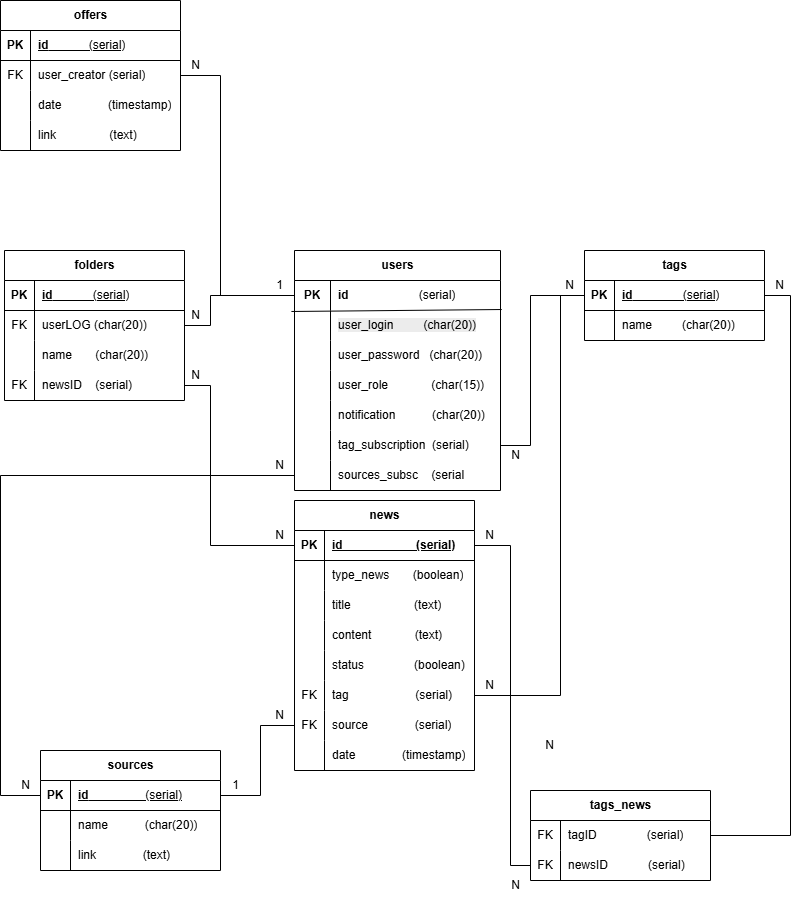
Before: графический материал/Datalogic.png, a diagram exported from draw.io (ApsilonXi/Hakaton2025Spring). Source tidied: cells renumbered, new cells last; positions are measured from the earlier drawing's top-left corner, leaving out a move shared by most shapes.
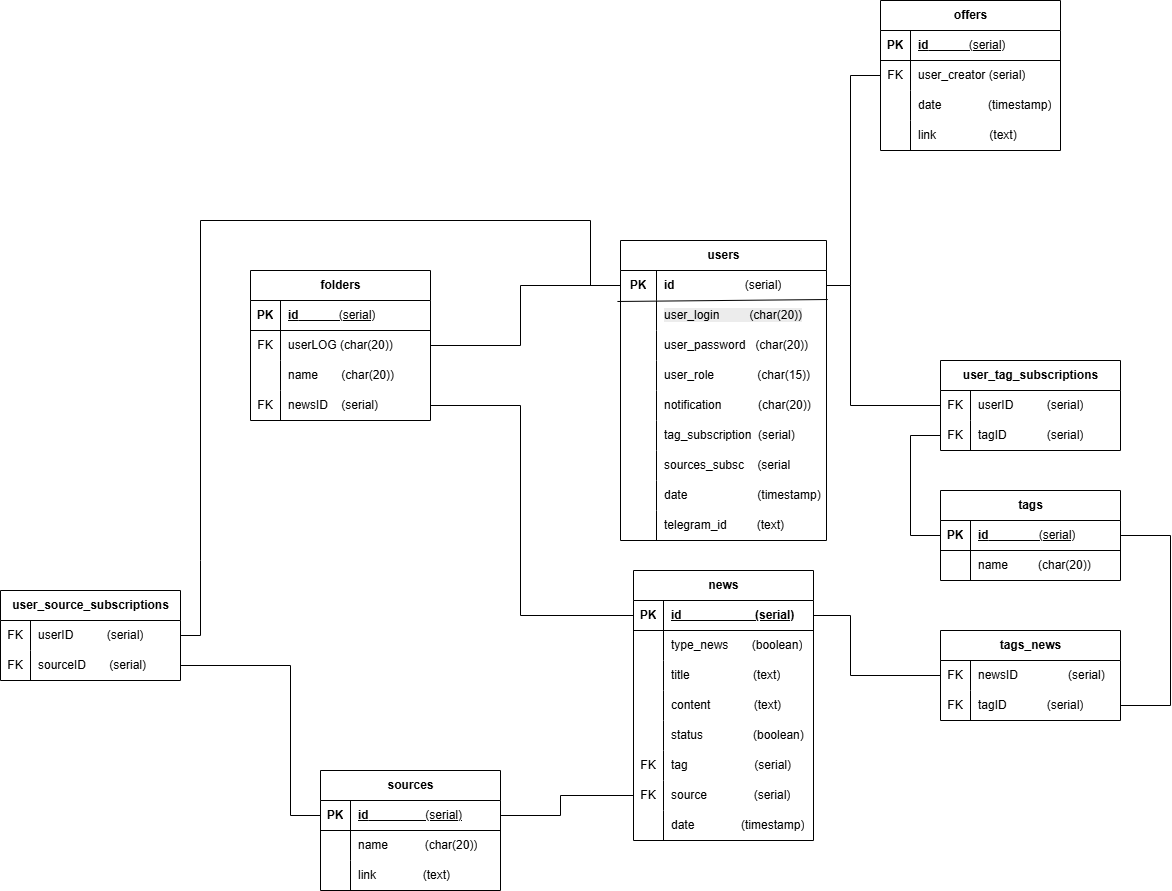
Later version of the same file.

Change to the diagram source:
```diff
@@ -5,3 +5,3 @@
     <mxCell id="2" value="folders" style="shape=table;startSize=30;rowLines=0;fontStyle=1;align=center;html=1;" parent="1" vertex="1">
-      <mxGeometry x="4" y="250" width="180" height="150" as="geometry" />
+      <mxGeometry x="-87" y="170" width="180" height="150" as="geometry" />
     </mxCell>
@@ -44,3 +44,3 @@
     <mxCell id="15" value="users" style="shape=table;startSize=30;rowLines=0;fontStyle=1;align=center;html=1;" parent="1" vertex="1">
-      <mxGeometry x="294" y="250" width="206" height="240" as="geometry" />
+      <mxGeometry x="283" y="140" width="206" height="300" as="geometry" />
     </mxCell>
@@ -109,2 +109,20 @@
     </mxCell>
+    <mxCell id="125" style="shape=tableRow;horizontal=0;startSize=0;swimlaneHead=0;swimlaneBody=0;fillColor=none;top=0;left=0;right=0;bottom=0;" parent="15" vertex="1">
+      <mxGeometry y="240" width="206" height="30" as="geometry" />
+    </mxCell>
+    <mxCell id="126" style="shape=partialRectangle;fillColor=none;top=0;left=0;bottom=0;right=0;overflow=hidden;whiteSpace=wrap;html=1;" parent="125" vertex="1">
+      <mxGeometry width="36" height="30" as="geometry" />
+    </mxCell>
+    <mxCell id="127" value="date&amp;nbsp; &amp;nbsp; &amp;nbsp; &amp;nbsp; &amp;nbsp; &amp;nbsp; &amp;nbsp; &amp;nbsp; &amp;nbsp; &amp;nbsp; &amp;nbsp;(timestamp)" style="shape=partialRectangle;fillColor=none;top=0;left=0;bottom=0;right=0;align=left;spacingLeft=6;overflow=hidden;whiteSpace=wrap;html=1;" parent="125" vertex="1">
+      <mxGeometry x="36" width="170" height="30" as="geometry" />
+    </mxCell>
+    <mxCell id="128" style="shape=tableRow;horizontal=0;startSize=0;swimlaneHead=0;swimlaneBody=0;fillColor=none;top=0;left=0;right=0;bottom=0;" parent="15" vertex="1">
+      <mxGeometry y="270" width="206" height="30" as="geometry" />
+    </mxCell>
+    <mxCell id="129" style="shape=partialRectangle;fillColor=none;top=0;left=0;bottom=0;right=0;overflow=hidden;whiteSpace=wrap;html=1;" parent="128" vertex="1">
+      <mxGeometry width="36" height="30" as="geometry" />
+    </mxCell>
+    <mxCell id="130" value="telegram_id&amp;nbsp; &amp;nbsp; &amp;nbsp; &amp;nbsp; &amp;nbsp;(text)" style="shape=partialRectangle;fillColor=none;top=0;left=0;bottom=0;right=0;align=left;spacingLeft=6;overflow=hidden;whiteSpace=wrap;html=1;" parent="128" vertex="1">
+      <mxGeometry x="36" width="170" height="30" as="geometry" />
+    </mxCell>
     <mxCell id="37" style="endArrow=none;html=1;rounded=0;entryX=1.006;entryY=0.967;entryDx=0;entryDy=0;entryPerimeter=0;exitX=-0.015;exitY=0.033;exitDx=0;exitDy=0;exitPerimeter=0;" parent="15" edge="1" source="19" target="16">
@@ -113,3 +131,3 @@
     <mxCell id="38" value="tags" style="shape=table;startSize=30;rowLines=0;fontStyle=1;align=center;html=1;" parent="1" vertex="1">
-      <mxGeometry x="584" y="250" width="180" height="90" as="geometry" />
+      <mxGeometry x="603" y="390" width="180" height="90" as="geometry" />
     </mxCell>
@@ -134,3 +152,3 @@
     <mxCell id="45" value="news" style="shape=table;startSize=30;rowLines=0;fontStyle=1;align=center;html=1;" parent="1" vertex="1">
-      <mxGeometry x="294" y="500" width="180" height="270" as="geometry" />
+      <mxGeometry x="296" y="470" width="180" height="270" as="geometry" />
     </mxCell>
@@ -209,3 +227,3 @@
     <mxCell id="70" value="sources" style="shape=table;startSize=30;rowLines=0;fontStyle=1;align=center;html=1;" parent="1" vertex="1">
-      <mxGeometry x="40" y="750" width="180" height="120" as="geometry" />
+      <mxGeometry x="-17" y="670" width="180" height="120" as="geometry" />
     </mxCell>
@@ -238,55 +256,4 @@
     </mxCell>
-    <mxCell id="80" style="endArrow=none;html=1;rounded=0;exitX=1;exitY=0.5;exitDx=0;exitDy=0;entryX=0;entryY=0.5;entryDx=0;entryDy=0;" parent="1" edge="1" source="6">
-      <mxGeometry relative="1" as="geometry">
-        <mxPoint x="294" y="295" as="targetPoint" />
-        <Array as="points">
-          <mxPoint x="210" y="325" />
-          <mxPoint x="210" y="295" />
-        </Array>
-      </mxGeometry>
-    </mxCell>
-    <mxCell id="81" value="N" style="text;html=1;align=center;verticalAlign=middle;strokeColor=none;fillColor=none;" parent="1" vertex="1">
-      <mxGeometry x="180" y="300" width="30" height="30" as="geometry" />
-    </mxCell>
-    <mxCell id="82" value="N" style="text;html=1;align=center;verticalAlign=middle;strokeColor=none;fillColor=none;" parent="1" vertex="1">
-      <mxGeometry x="264" y="520" width="30" height="30" as="geometry" />
-    </mxCell>
-    <mxCell id="83" style="endArrow=none;html=1;rounded=0;exitX=1;exitY=0.5;exitDx=0;exitDy=0;entryX=0;entryY=0.5;entryDx=0;entryDy=0;" parent="1" edge="1" source="12" target="46">
-      <mxGeometry relative="1" as="geometry">
-        <Array as="points">
-          <mxPoint x="210" y="385" />
-          <mxPoint x="210" y="545" />
-        </Array>
-      </mxGeometry>
-    </mxCell>
-    <mxCell id="84" value="N" style="text;html=1;align=center;verticalAlign=middle;strokeColor=none;fillColor=none;" parent="1" vertex="1">
-      <mxGeometry x="180" y="360" width="30" height="30" as="geometry" />
-    </mxCell>
-    <mxCell id="85" value="1" style="text;html=1;align=center;verticalAlign=middle;strokeColor=none;fillColor=none;" parent="1" vertex="1">
-      <mxGeometry x="264" y="270" width="30" height="30" as="geometry" />
-    </mxCell>
-    <mxCell id="86" style="endArrow=none;html=1;rounded=0;entryX=0;entryY=0.5;entryDx=0;entryDy=0;exitX=1;exitY=0.5;exitDx=0;exitDy=0;" parent="1" edge="1" source="61" target="39">
-      <mxGeometry relative="1" as="geometry">
-        <Array as="points">
-          <mxPoint x="560" y="695" />
-          <mxPoint x="560" y="295" />
-        </Array>
-      </mxGeometry>
-    </mxCell>
-    <mxCell id="87" value="N" style="text;html=1;align=center;verticalAlign=middle;strokeColor=none;fillColor=none;" parent="1" vertex="1">
-      <mxGeometry x="554" y="270" width="30" height="30" as="geometry" />
-    </mxCell>
-    <mxCell id="88" value="N" style="text;html=1;align=center;verticalAlign=middle;strokeColor=none;fillColor=none;" parent="1" vertex="1">
-      <mxGeometry x="474" y="670" width="30" height="30" as="geometry" />
-    </mxCell>
-    <mxCell id="89" style="endArrow=none;html=1;rounded=0;entryX=0;entryY=0.5;entryDx=0;entryDy=0;exitX=1;exitY=0.5;exitDx=0;exitDy=0;" parent="1" edge="1" source="71" target="64">
-      <mxGeometry relative="1" as="geometry">
-        <Array as="points">
-          <mxPoint x="260" y="795" />
-          <mxPoint x="260" y="725" />
-        </Array>
-      </mxGeometry>
-    </mxCell>
     <mxCell id="90" value="tags_news" style="shape=table;startSize=30;rowLines=0;fontStyle=1;align=center;html=1;" parent="1" vertex="1">
-      <mxGeometry x="530" y="790" width="180" height="90" as="geometry" />
+      <mxGeometry x="603" y="530" width="180" height="90" as="geometry" />
     </mxCell>
@@ -298,3 +265,3 @@
     </mxCell>
-    <mxCell id="93" value="tagID&amp;nbsp; &amp;nbsp; &amp;nbsp; &amp;nbsp; &amp;nbsp; &amp;nbsp; &amp;nbsp; &amp;nbsp;(serial)" style="shape=partialRectangle;fillColor=none;top=0;left=0;bottom=0;right=0;align=left;spacingLeft=6;overflow=hidden;whiteSpace=wrap;html=1;" parent="91" vertex="1">
+    <mxCell id="93" value="newsID&amp;nbsp; &amp;nbsp; &amp;nbsp; &amp;nbsp; &amp;nbsp; &amp;nbsp; &amp;nbsp; &amp;nbsp;(serial)" style="shape=partialRectangle;fillColor=none;top=0;left=0;bottom=0;right=0;align=left;spacingLeft=6;overflow=hidden;whiteSpace=wrap;html=1;" parent="91" vertex="1">
       <mxGeometry x="30" width="150" height="30" as="geometry" />
@@ -307,66 +274,7 @@
     </mxCell>
-    <mxCell id="96" value="newsID&amp;nbsp; &amp;nbsp; &amp;nbsp; &amp;nbsp; &amp;nbsp; &amp;nbsp; (serial)" style="shape=partialRectangle;fillColor=none;top=0;left=0;bottom=0;right=0;align=left;spacingLeft=6;overflow=hidden;whiteSpace=wrap;html=1;" parent="94" vertex="1">
+    <mxCell id="96" value="tagID&amp;nbsp; &amp;nbsp; &amp;nbsp; &amp;nbsp; &amp;nbsp; &amp;nbsp; (serial)" style="shape=partialRectangle;fillColor=none;top=0;left=0;bottom=0;right=0;align=left;spacingLeft=6;overflow=hidden;whiteSpace=wrap;html=1;" parent="94" vertex="1">
       <mxGeometry x="30" width="150" height="30" as="geometry" />
     </mxCell>
-    <mxCell id="97" style="endArrow=none;html=1;rounded=0;entryX=1;entryY=0.5;entryDx=0;entryDy=0;exitX=1;exitY=0.5;exitDx=0;exitDy=0;" parent="1" edge="1" source="91" target="39">
-      <mxGeometry relative="1" as="geometry">
-        <Array as="points">
-          <mxPoint x="790" y="835" />
-          <mxPoint x="790" y="295" />
-        </Array>
-      </mxGeometry>
-    </mxCell>
-    <mxCell id="98" style="endArrow=none;html=1;rounded=0;exitX=1;exitY=0.5;exitDx=0;exitDy=0;entryX=0;entryY=0.5;entryDx=0;entryDy=0;" parent="1" edge="1" source="46" target="94">
-      <mxGeometry relative="1" as="geometry">
-        <Array as="points">
-          <mxPoint x="510" y="545" />
-          <mxPoint x="510" y="865" />
-        </Array>
-      </mxGeometry>
-    </mxCell>
-    <mxCell id="99" value="N" style="text;html=1;align=center;verticalAlign=middle;strokeColor=none;fillColor=none;" parent="1" vertex="1">
-      <mxGeometry x="264" y="700" width="30" height="30" as="geometry" />
-    </mxCell>
-    <mxCell id="100" value="1" style="text;html=1;align=center;verticalAlign=middle;strokeColor=none;fillColor=none;" parent="1" vertex="1">
-      <mxGeometry x="220" y="770" width="30" height="30" as="geometry" />
-    </mxCell>
-    <mxCell id="101" value="N" style="text;html=1;align=center;verticalAlign=middle;strokeColor=none;fillColor=none;" parent="1" vertex="1">
-      <mxGeometry x="474" y="520" width="30" height="30" as="geometry" />
-    </mxCell>
-    <mxCell id="102" value="N" style="text;html=1;align=center;verticalAlign=middle;strokeColor=none;fillColor=none;" parent="1" vertex="1">
-      <mxGeometry x="500" y="870" width="30" height="30" as="geometry" />
-    </mxCell>
-    <mxCell id="103" value="N" style="text;html=1;align=center;verticalAlign=middle;strokeColor=none;fillColor=none;" parent="1" vertex="1">
-      <mxGeometry x="764" y="270" width="30" height="30" as="geometry" />
-    </mxCell>
-    <mxCell id="104" value="N" style="text;html=1;align=center;verticalAlign=middle;strokeColor=none;fillColor=none;" parent="1" vertex="1">
-      <mxGeometry x="534" y="730" width="30" height="30" as="geometry" />
-    </mxCell>
-    <mxCell id="105" style="endArrow=none;html=1;rounded=0;entryX=0;entryY=0.5;entryDx=0;entryDy=0;exitX=1;exitY=0.5;exitDx=0;exitDy=0;" parent="1" edge="1" source="31" target="39">
-      <mxGeometry relative="1" as="geometry">
-        <Array as="points">
-          <mxPoint x="530" y="445" />
-          <mxPoint x="530" y="295" />
-        </Array>
-      </mxGeometry>
-    </mxCell>
-    <mxCell id="106" style="endArrow=none;html=1;rounded=0;entryX=0;entryY=0.5;entryDx=0;entryDy=0;exitX=0;exitY=0.5;exitDx=0;exitDy=0;" parent="1" edge="1" source="71" target="34">
-      <mxGeometry relative="1" as="geometry">
-        <Array as="points">
-          <mxPoint y="795" />
-          <mxPoint y="475" />
-        </Array>
-      </mxGeometry>
-    </mxCell>
-    <mxCell id="107" value="N" style="text;html=1;align=center;verticalAlign=middle;strokeColor=none;fillColor=none;" parent="1" vertex="1">
-      <mxGeometry x="500" y="440" width="30" height="30" as="geometry" />
-    </mxCell>
-    <mxCell id="108" value="N" style="text;html=1;align=center;verticalAlign=middle;strokeColor=none;fillColor=none;" parent="1" vertex="1">
-      <mxGeometry x="264" y="450" width="30" height="30" as="geometry" />
-    </mxCell>
-    <mxCell id="109" value="N" style="text;html=1;align=center;verticalAlign=middle;strokeColor=none;fillColor=none;" parent="1" vertex="1">
-      <mxGeometry x="10" y="770" width="30" height="30" as="geometry" />
-    </mxCell>
     <mxCell id="110" value="offers" style="shape=table;startSize=30;rowLines=0;fontStyle=1;align=center;html=1;" parent="1" vertex="1">
-      <mxGeometry width="180" height="150" as="geometry" />
+      <mxGeometry x="543" y="-100" width="180" height="150" as="geometry" />
     </mxCell>
@@ -408,13 +316,127 @@
     </mxCell>
-    <mxCell id="123" style="endArrow=none;html=1;rounded=0;exitX=1;exitY=0.5;exitDx=0;exitDy=0;entryX=0;entryY=0.5;entryDx=0;entryDy=0;" parent="1" edge="1" source="114" target="16">
-      <mxGeometry relative="1" as="geometry">
-        <Array as="points">
-          <mxPoint x="220" y="75" />
-          <mxPoint x="220" y="295" />
-        </Array>
-      </mxGeometry>
-    </mxCell>
-    <mxCell id="124" value="N" style="text;html=1;align=center;verticalAlign=middle;strokeColor=none;fillColor=none;" parent="1" vertex="1">
-      <mxGeometry x="180" y="50" width="30" height="30" as="geometry" />
-    </mxCell>
+    <mxCell id="131" style="endArrow=none;html=1;rounded=0;exitX=1;exitY=0.5;exitDx=0;exitDy=0;entryX=0;entryY=0.5;entryDx=0;entryDy=0;" parent="1" edge="1" source="6" target="16">
+      <mxGeometry relative="1" as="geometry">
+        <Array as="points">
+          <mxPoint x="183" y="245" />
+          <mxPoint x="183" y="185" />
+        </Array>
+      </mxGeometry>
+    </mxCell>
+    <mxCell id="83" style="endArrow=none;html=1;rounded=0;exitX=1;exitY=0.5;exitDx=0;exitDy=0;entryX=0;entryY=0.5;entryDx=0;entryDy=0;" parent="1" edge="1" source="12" target="46">
+      <mxGeometry relative="1" as="geometry">
+        <Array as="points">
+          <mxPoint x="183" y="305" />
+          <mxPoint x="183" y="515" />
+        </Array>
+      </mxGeometry>
+    </mxCell>
+    <mxCell id="89" style="endArrow=none;html=1;rounded=0;entryX=0;entryY=0.5;entryDx=0;entryDy=0;exitX=1;exitY=0.5;exitDx=0;exitDy=0;" parent="1" edge="1" source="71" target="64">
+      <mxGeometry relative="1" as="geometry">
+        <Array as="points">
+          <mxPoint x="223" y="715" />
+          <mxPoint x="223" y="695" />
+        </Array>
+      </mxGeometry>
+    </mxCell>
+    <mxCell id="132" style="endArrow=none;html=1;rounded=0;exitX=1;exitY=0.5;exitDx=0;exitDy=0;entryX=0;entryY=0.5;entryDx=0;entryDy=0;" parent="1" edge="1" source="16" target="114">
+      <mxGeometry relative="1" as="geometry">
+        <Array as="points">
+          <mxPoint x="513" y="185" />
+          <mxPoint x="513" y="-25" />
+        </Array>
+      </mxGeometry>
+    </mxCell>
+    <mxCell id="133" style="endArrow=none;html=1;rounded=0;exitX=1;exitY=0.5;exitDx=0;exitDy=0;entryX=0;entryY=0.5;entryDx=0;entryDy=0;" parent="1" edge="1" source="46" target="91">
+      <mxGeometry relative="1" as="geometry">
+        <Array as="points">
+          <mxPoint x="513" y="515" />
+          <mxPoint x="513" y="575" />
+        </Array>
+      </mxGeometry>
+    </mxCell>
+    <mxCell id="134" style="endArrow=none;html=1;rounded=0;exitX=1;exitY=0.5;exitDx=0;exitDy=0;entryX=1;entryY=0.5;entryDx=0;entryDy=0;" parent="1" edge="1" source="94" target="39">
+      <mxGeometry relative="1" as="geometry">
+        <Array as="points">
+          <mxPoint x="833" y="605" />
+          <mxPoint x="833" y="435" />
+        </Array>
+      </mxGeometry>
+    </mxCell>
+    <mxCell id="135" value="user_tag_subscriptions" style="shape=table;startSize=30;rowLines=0;fontStyle=1;align=center;html=1;" parent="1" vertex="1">
+      <mxGeometry x="603" y="260" width="180" height="90" as="geometry" />
+    </mxCell>
+    <mxCell id="136" style="shape=tableRow;horizontal=0;startSize=0;swimlaneHead=0;swimlaneBody=0;fillColor=none;points=[[0,0.5],[1,0.5]];portConstraint=eastwest;top=0;left=0;right=0;bottom=0;" parent="135" vertex="1">
+      <mxGeometry y="30" width="180" height="30" as="geometry" />
+    </mxCell>
+    <mxCell id="137" value="FK" style="shape=partialRectangle;fillColor=none;top=0;left=0;bottom=0;right=0;overflow=hidden;whiteSpace=wrap;html=1;" parent="136" vertex="1">
+      <mxGeometry width="30" height="30" as="geometry" />
+    </mxCell>
+    <mxCell id="138" value="userID&amp;nbsp; &amp;nbsp; &amp;nbsp; &amp;nbsp; &amp;nbsp; (serial)" style="shape=partialRectangle;fillColor=none;top=0;left=0;bottom=0;right=0;align=left;spacingLeft=6;overflow=hidden;whiteSpace=wrap;html=1;" parent="136" vertex="1">
+      <mxGeometry x="30" width="150" height="30" as="geometry" />
+    </mxCell>
+    <mxCell id="139" style="shape=tableRow;horizontal=0;startSize=0;swimlaneHead=0;swimlaneBody=0;fillColor=none;points=[[0,0.5],[1,0.5]];portConstraint=eastwest;top=0;left=0;right=0;bottom=0;" parent="135" vertex="1">
+      <mxGeometry y="60" width="180" height="30" as="geometry" />
+    </mxCell>
+    <mxCell id="140" value="FK" style="shape=partialRectangle;fillColor=none;top=0;left=0;bottom=0;right=0;overflow=hidden;whiteSpace=wrap;html=1;" parent="139" vertex="1">
+      <mxGeometry width="30" height="30" as="geometry" />
+    </mxCell>
+    <mxCell id="141" value="tagID&amp;nbsp; &amp;nbsp; &amp;nbsp; &amp;nbsp; &amp;nbsp; &amp;nbsp; (serial)" style="shape=partialRectangle;fillColor=none;top=0;left=0;bottom=0;right=0;align=left;spacingLeft=6;overflow=hidden;whiteSpace=wrap;html=1;" parent="139" vertex="1">
+      <mxGeometry x="30" width="150" height="30" as="geometry" />
+    </mxCell>
+    <mxCell id="142" style="endArrow=none;html=1;rounded=0;exitX=0;exitY=0.5;exitDx=0;exitDy=0;entryX=0;entryY=0.5;entryDx=0;entryDy=0;" parent="1" edge="1" source="39" target="139">
+      <mxGeometry relative="1" as="geometry">
+        <Array as="points">
+          <mxPoint x="573" y="435" />
+          <mxPoint x="573" y="335" />
+        </Array>
+      </mxGeometry>
+    </mxCell>
+    <mxCell id="143" style="endArrow=none;html=1;rounded=0;entryX=0;entryY=0.5;entryDx=0;entryDy=0;exitX=1;exitY=0.5;exitDx=0;exitDy=0;" parent="1" edge="1" source="16" target="136">
+      <mxGeometry relative="1" as="geometry">
+        <Array as="points">
+          <mxPoint x="513" y="185" />
+          <mxPoint x="513" y="305" />
+        </Array>
+      </mxGeometry>
+    </mxCell>
+    <mxCell id="144" value="user_source_subscriptions" style="shape=table;startSize=30;rowLines=0;fontStyle=1;align=center;html=1;" parent="1" vertex="1">
+      <mxGeometry x="-337" y="490" width="180" height="90" as="geometry" />
+    </mxCell>
+    <mxCell id="145" style="shape=tableRow;horizontal=0;startSize=0;swimlaneHead=0;swimlaneBody=0;fillColor=none;points=[[0,0.5],[1,0.5]];portConstraint=eastwest;top=0;left=0;right=0;bottom=0;" parent="144" vertex="1">
+      <mxGeometry y="30" width="180" height="30" as="geometry" />
+    </mxCell>
+    <mxCell id="146" value="FK" style="shape=partialRectangle;fillColor=none;top=0;left=0;bottom=0;right=0;overflow=hidden;whiteSpace=wrap;html=1;" parent="145" vertex="1">
+      <mxGeometry width="30" height="30" as="geometry" />
+    </mxCell>
+    <mxCell id="147" value="userID&amp;nbsp; &amp;nbsp; &amp;nbsp; &amp;nbsp; &amp;nbsp; (serial)" style="shape=partialRectangle;fillColor=none;top=0;left=0;bottom=0;right=0;align=left;spacingLeft=6;overflow=hidden;whiteSpace=wrap;html=1;" parent="145" vertex="1">
+      <mxGeometry x="30" width="150" height="30" as="geometry" />
+    </mxCell>
+    <mxCell id="148" style="shape=tableRow;horizontal=0;startSize=0;swimlaneHead=0;swimlaneBody=0;fillColor=none;points=[[0,0.5],[1,0.5]];portConstraint=eastwest;top=0;left=0;right=0;bottom=0;" parent="144" vertex="1">
+      <mxGeometry y="60" width="180" height="30" as="geometry" />
+    </mxCell>
+    <mxCell id="149" value="FK" style="shape=partialRectangle;fillColor=none;top=0;left=0;bottom=0;right=0;overflow=hidden;whiteSpace=wrap;html=1;" parent="148" vertex="1">
+      <mxGeometry width="30" height="30" as="geometry" />
+    </mxCell>
+    <mxCell id="150" value="sourceID&amp;nbsp; &amp;nbsp; &amp;nbsp; &amp;nbsp;(serial)" style="shape=partialRectangle;fillColor=none;top=0;left=0;bottom=0;right=0;align=left;spacingLeft=6;overflow=hidden;whiteSpace=wrap;html=1;" parent="148" vertex="1">
+      <mxGeometry x="30" width="150" height="30" as="geometry" />
+    </mxCell>
+    <mxCell id="151" style="endArrow=none;html=1;rounded=0;exitX=1;exitY=0.5;exitDx=0;exitDy=0;entryX=0;entryY=0.5;entryDx=0;entryDy=0;" parent="1" edge="1" source="148" target="71">
+      <mxGeometry relative="1" as="geometry">
+        <Array as="points">
+          <mxPoint x="-47" y="565" />
+          <mxPoint x="-47" y="715" />
+        </Array>
+      </mxGeometry>
+    </mxCell>
+    <mxCell id="152" style="endArrow=none;html=1;rounded=0;exitX=1;exitY=0.5;exitDx=0;exitDy=0;entryX=0;entryY=0.5;entryDx=0;entryDy=0;" parent="1" edge="1" source="145" target="16">
+      <mxGeometry relative="1" as="geometry">
+        <Array as="points">
+          <mxPoint x="-137" y="535" />
+          <mxPoint x="-137" y="460" />
+          <mxPoint x="-137" y="120" />
+          <mxPoint x="253" y="120" />
+          <mxPoint x="253" y="185" />
+        </Array>
+      </mxGeometry>
+    </mxCell>
   </root>
```
